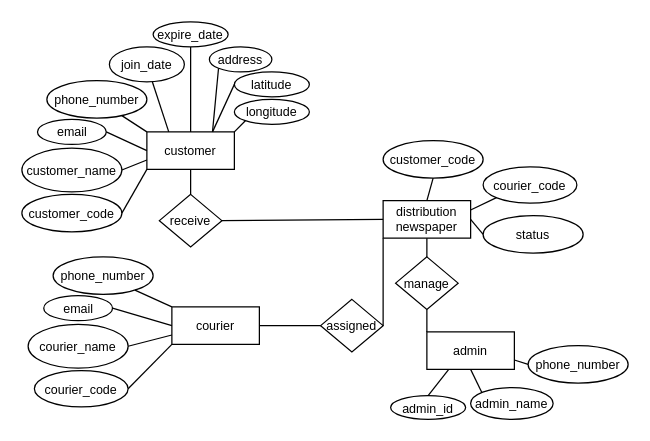
Above: ERD rb-location-tracer.drawio in kritimauludin/rb-location-tracker-design (draw.io), before the change. Source tidied: cells renumbered, new cells numbered last; positions are measured from the earlier drawing's top-left corner, leaving out a move shared by most shapes. Both pictures are drawn from the tidied source at 125%, with x=0, y=0 at pixel (21, 21).
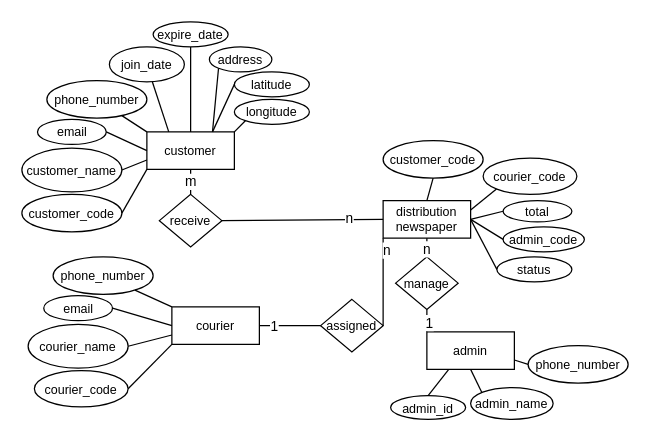
Above is the later version.

The change refers to these unchanged cells:
```xml
<mxCell id="4" value="customer" style="rounded=0;whiteSpace=wrap;html=1;fontSize=10;" parent="1" vertex="1">
  <mxGeometry x="100" y="88" width="70" height="30" as="geometry" />
</mxCell>
<mxCell id="23" value="distribution&lt;br&gt;newspaper" style="rounded=0;whiteSpace=wrap;html=1;fontSize=10;" parent="1" vertex="1">
  <mxGeometry x="289" y="143" width="70" height="30" as="geometry" />
</mxCell>
<mxCell id="44" value="receive" style="rhombus;whiteSpace=wrap;html=1;fontSize=10;" parent="1" vertex="1">
  <mxGeometry x="110" y="138" width="50" height="42" as="geometry" />
</mxCell>
<mxCell id="46" style="endArrow=none;html=1;rounded=0;exitX=1;exitY=0.5;exitDx=0;exitDy=0;entryX=0;entryY=0.5;entryDx=0;entryDy=0;" parent="1" edge="1" source="44" target="23">
  <mxGeometry relative="1" as="geometry" />
</mxCell>
<mxCell id="48" style="endArrow=none;html=1;rounded=0;exitX=1;exitY=0.5;exitDx=0;exitDy=0;entryX=0;entryY=0.5;entryDx=0;entryDy=0;" parent="1" edge="1" source="3" target="47">
  <mxGeometry relative="1" as="geometry" />
</mxCell>
<mxCell id="50" style="endArrow=none;html=1;rounded=0;entryX=0.5;entryY=1;entryDx=0;entryDy=0;exitX=0;exitY=0;exitDx=0;exitDy=0;" parent="1" edge="1" source="22" target="49">
  <mxGeometry relative="1" as="geometry" />
</mxCell>
<mxCell id="51" style="endArrow=none;html=1;rounded=0;entryX=0.5;entryY=1;entryDx=0;entryDy=0;exitX=0.5;exitY=0;exitDx=0;exitDy=0;" parent="1" edge="1" source="49" target="23">
  <mxGeometry relative="1" as="geometry" />
</mxCell>
<mxCell id="52" style="endArrow=none;html=1;rounded=0;entryX=0;entryY=1;entryDx=0;entryDy=0;exitX=1;exitY=0.5;exitDx=0;exitDy=0;" parent="1" edge="1" source="47" target="23">
  <mxGeometry relative="1" as="geometry" />
</mxCell>
```

What changed in the source:
```diff
@@
     <mxCell id="38" value="status" style="ellipse;whiteSpace=wrap;html=1;fontSize=10;" parent="1" vertex="1">
-      <mxGeometry x="369" y="155" width="80" height="30" as="geometry" />
+      <mxGeometry x="380" y="188" width="60" height="20" as="geometry" />
     </mxCell>
@@
     <mxCell id="40" value="courier_code" style="ellipse;whiteSpace=wrap;html=1;fontSize=10;" parent="1" vertex="1">
-      <mxGeometry x="369" y="116" width="75" height="29" as="geometry" />
+      <mxGeometry x="369" y="109" width="75" height="29" as="geometry" />
     </mxCell>
@@
-    <mxCell id="45" style="endArrow=none;html=1;rounded=0;entryX=0.5;entryY=1;entryDx=0;entryDy=0;exitX=0.5;exitY=0;exitDx=0;exitDy=0;" parent="1" edge="1" source="44" target="4">
+    <mxCell id="45" value="m" style="endArrow=none;html=1;rounded=0;entryX=0.5;entryY=1;entryDx=0;entryDy=0;exitX=0.5;exitY=0;exitDx=0;exitDy=0;" parent="1" edge="1" source="44" target="4">
       <mxGeometry relative="1" as="geometry" />
     </mxCell>
@@
+    <mxCell id="53" value="n" style="edgeLabel;html=1;align=center;verticalAlign=middle;" parent="46" vertex="1">
+      <mxGeometry x="0.58" y="2" relative="1" as="geometry" />
+    </mxCell>
@@
+    <mxCell id="54" value="1" style="edgeLabel;html=1;align=center;verticalAlign=middle;" parent="48" vertex="1">
+      <mxGeometry x="-0.54" relative="1" as="geometry" />
+    </mxCell>
@@
+    <mxCell id="55" value="1" style="edgeLabel;html=1;align=center;verticalAlign=middle;" parent="50" vertex="1">
+      <mxGeometry x="-0.12" y="-1" relative="1" as="geometry" />
+    </mxCell>
@@
+    <mxCell id="56" value="n" style="edgeLabel;html=1;align=center;verticalAlign=middle;" parent="51" vertex="1">
+      <mxGeometry x="-0.11" y="1" relative="1" as="geometry" />
+    </mxCell>
@@
+    <mxCell id="57" value="n" style="edgeLabel;html=1;align=center;verticalAlign=middle;" parent="52" vertex="1">
+      <mxGeometry x="0.74" y="-2" relative="1" as="geometry" />
+    </mxCell>
+    <mxCell id="58" value="total" style="ellipse;whiteSpace=wrap;html=1;fontSize=10;" parent="1" vertex="1">
+      <mxGeometry x="385" y="143" width="55" height="17" as="geometry" />
+    </mxCell>
+    <mxCell id="59" value="admin_code" style="ellipse;whiteSpace=wrap;html=1;fontSize=10;" parent="1" vertex="1">
+      <mxGeometry x="385" y="164" width="65" height="20" as="geometry" />
+    </mxCell>
+    <mxCell id="60" style="endArrow=none;html=1;rounded=0;entryX=0;entryY=0.5;entryDx=0;entryDy=0;exitX=1;exitY=0.5;exitDx=0;exitDy=0;" parent="1" edge="1" source="23" target="58">
+      <mxGeometry relative="1" as="geometry" />
+    </mxCell>
+    <mxCell id="61" style="endArrow=none;html=1;rounded=0;entryX=0;entryY=0.5;entryDx=0;entryDy=0;exitX=1;exitY=0.5;exitDx=0;exitDy=0;" parent="1" edge="1" source="23" target="59">
+      <mxGeometry relative="1" as="geometry" />
+    </mxCell>
```
